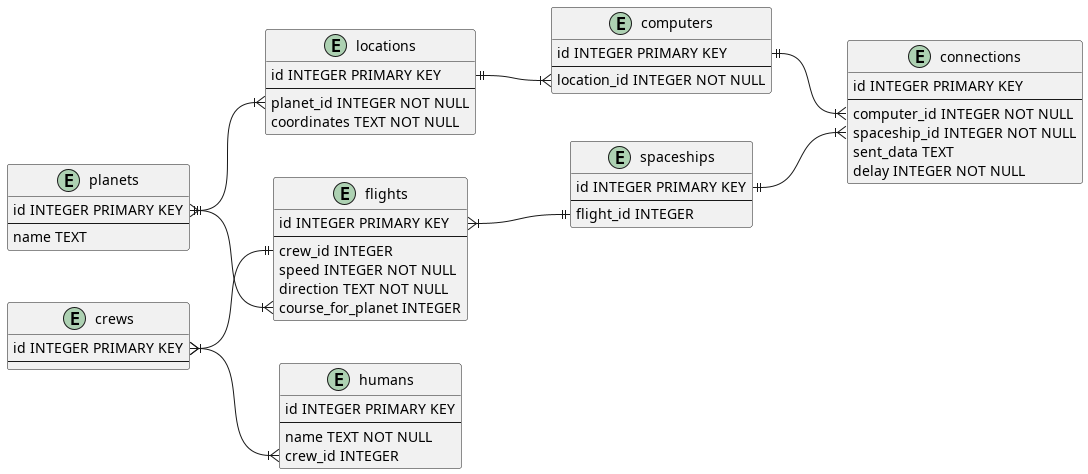
Before: semester_2/db/lab1/data.png, a diagram exported from PlantUML (tenolly/ITMO).
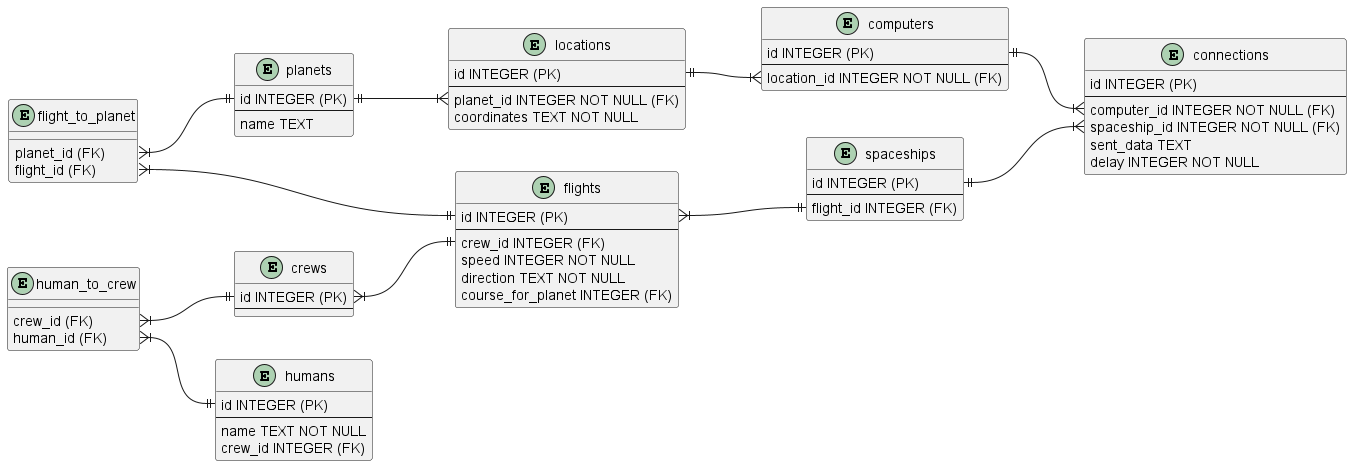
The same file after the commit.

Diff of the diagram source:
```diff
@@ -3,68 +3,81 @@
 hide empty methods
 
 entity planets {
-  id INTEGER PRIMARY KEY
-  --
-  name TEXT
+    id INTEGER (PK)
+	--
+    name TEXT
+}
+
+entity locations {
+    id INTEGER (PK)
+	--
+    planet_id INTEGER NOT NULL (FK)
+    coordinates TEXT NOT NULL
+}
+
+entity crews {
+    id INTEGER (PK)
+	--
 }
 
 entity humans {
-  id INTEGER PRIMARY KEY
-  --
-  name TEXT NOT NULL
-  crew_id INTEGER
+    id INTEGER (PK)
+	--
+    name TEXT NOT NULL
+    crew_id INTEGER (FK)
 }
 
-entity crews {
-  id INTEGER PRIMARY KEY
-  --
+entity flights {
+    id INTEGER (PK)
+	--
+    crew_id INTEGER (FK)
+    speed INTEGER NOT NULL
+    direction TEXT NOT NULL
+    course_for_planet INTEGER (FK)
 }
 
 entity spaceships {
-  id INTEGER PRIMARY KEY
-  --
-  flight_id INTEGER
-}
-
-entity flights {
-  id INTEGER PRIMARY KEY
-  --
-  crew_id INTEGER
-  speed INTEGER NOT NULL
-  direction TEXT NOT NULL
-  course_for_planet INTEGER
-}
-
-crews::id }|--|{ humans::crew_id
-flights::id }|--|| spaceships::flight_id
-crews::id }|--|| flights::crew_id
-planets::id }|--|{ flights::course_for
-
-entity locations {
-  id INTEGER PRIMARY KEY
-  --
-  planet_id INTEGER NOT NULL
-  coordinates TEXT NOT NULL
+    id INTEGER (PK)
+	--
+    flight_id INTEGER (FK)
 }
 
 entity computers {
-  id INTEGER PRIMARY KEY
-  --
-  location_id INTEGER NOT NULL
+    id INTEGER (PK)
+	--
+    location_id INTEGER NOT NULL (FK)
 }
 
-planets::id ||--|{ locations::planet_id
-locations::id ||--|{ computers::location_id
-
 entity connections {
-    id INTEGER PRIMARY KEY
-    --
-    computer_id INTEGER NOT NULL
-    spaceship_id INTEGER NOT NULL
+    id INTEGER (PK)
+	--
+    computer_id INTEGER NOT NULL (FK)
+    spaceship_id INTEGER NOT NULL (FK)
     sent_data TEXT
     delay INTEGER NOT NULL
 }
 
+entity human_to_crew {
+    crew_id (FK)
+	human_id (FK)
+}
+
+entity flight_to_planet {
+	planet_id (FK)
+	flight_id (FK)
+}
+
+human_to_crew::crew_id }|--|| crews::id
+human_to_crew::human_id }|--|| humans::id
+
+flights::id }|--|| spaceships::flight_id
+crews::id }|--|| flights::crew_id
+
+flight_to_planet::planet_id }|--|| planets::id
+flight_to_planet::flight_id }|--|| flights::id
+
+planets::id ||--|{ locations::planet_id
+locations::id ||--|{ computers::location_id
 spaceships::id ||--|{ connections::spaceship_id
 computers::id ||--|{ connections::computer_id
 
```
